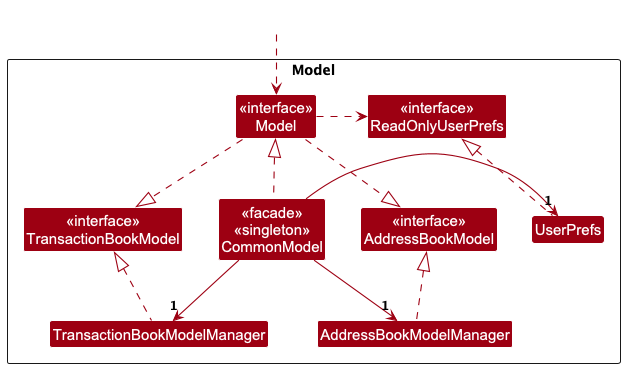
Above: docs/images/CommonModelClassDiagram.png in nus-cs2103-AY2425S1/tp (PlantUML), before the change.
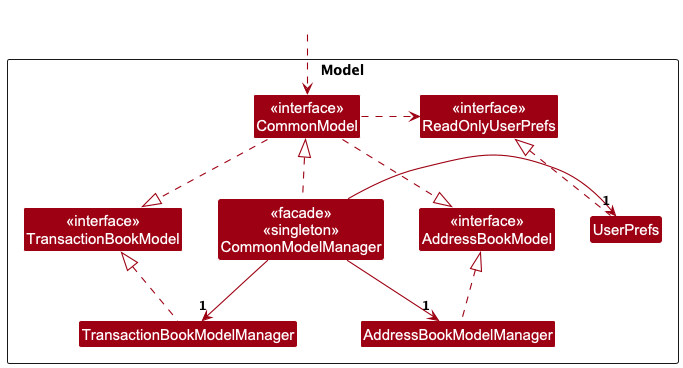
After the commit.

Change to the diagram source:
```diff
@@ -9,10 +9,10 @@
 Class "<<interface>>\nTransactionBookModel" as TbModel
 Class "AddressBookModelManager" as AbModelManager
 Class "TransactionBookModelManager" as TbModelManager
-Class "<<interface>>\nModel" as Model
+Class "<<interface>>\nCommonModel" as Model
 Class "<<interface>>\nReadOnlyUserPrefs" as IUserPrefs
 Class "UserPrefs" as UserPrefs
-Class "<<facade>>\n<<singleton>>\nCommonModel" as CommonModel
+Class "<<facade>>\n<<singleton>>\nCommonModelManager" as CommonModel
 
 
 Class I #FFFFFF
```
